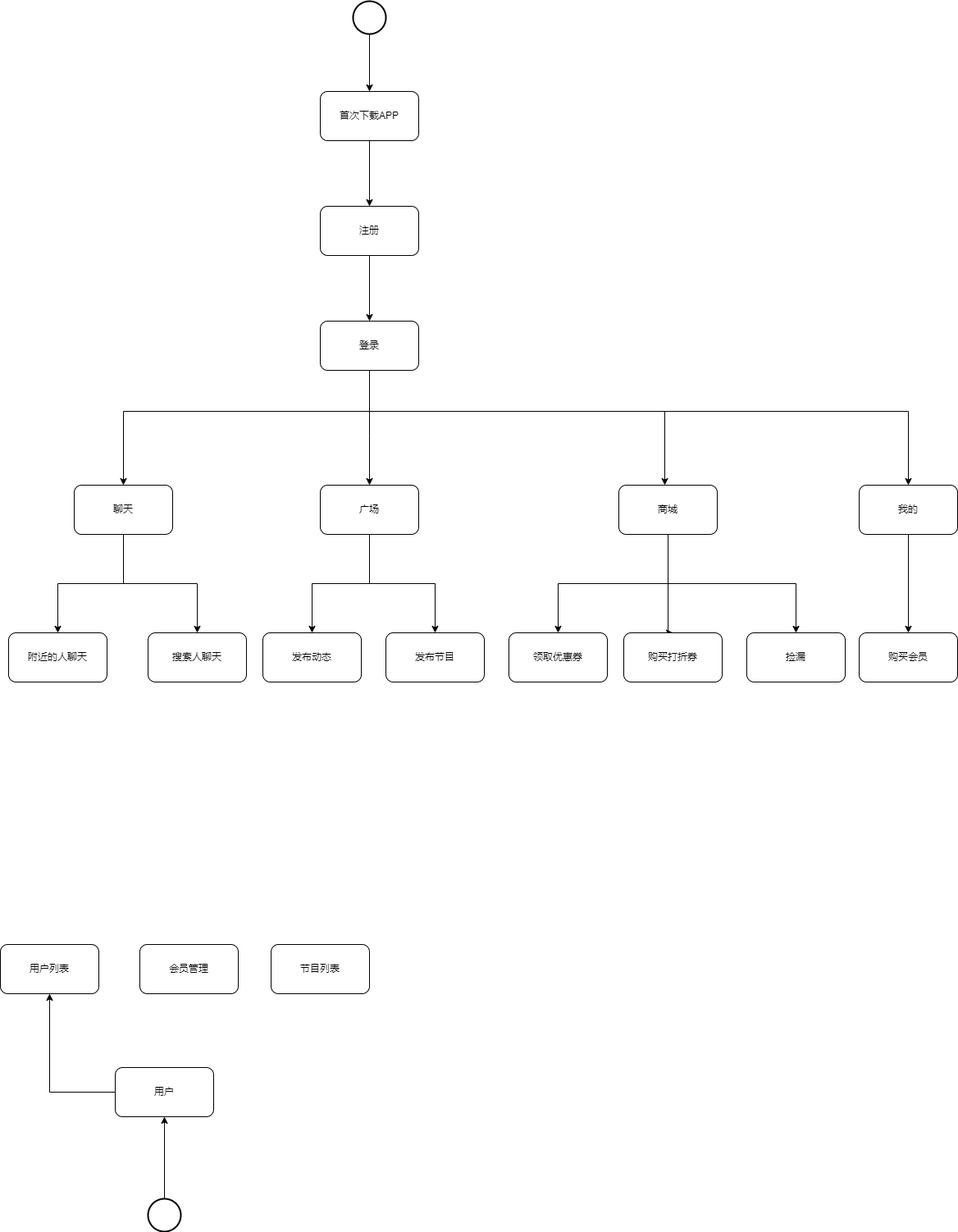
suibianlx/business_architect keeps this draw.io diagram as Untitled Diagram.drawio.png. Above is the earlier version. Source tidied: cells renumbered, new cells last; positions are measured from the earlier drawing's top-left corner, leaving out a move shared by most shapes.
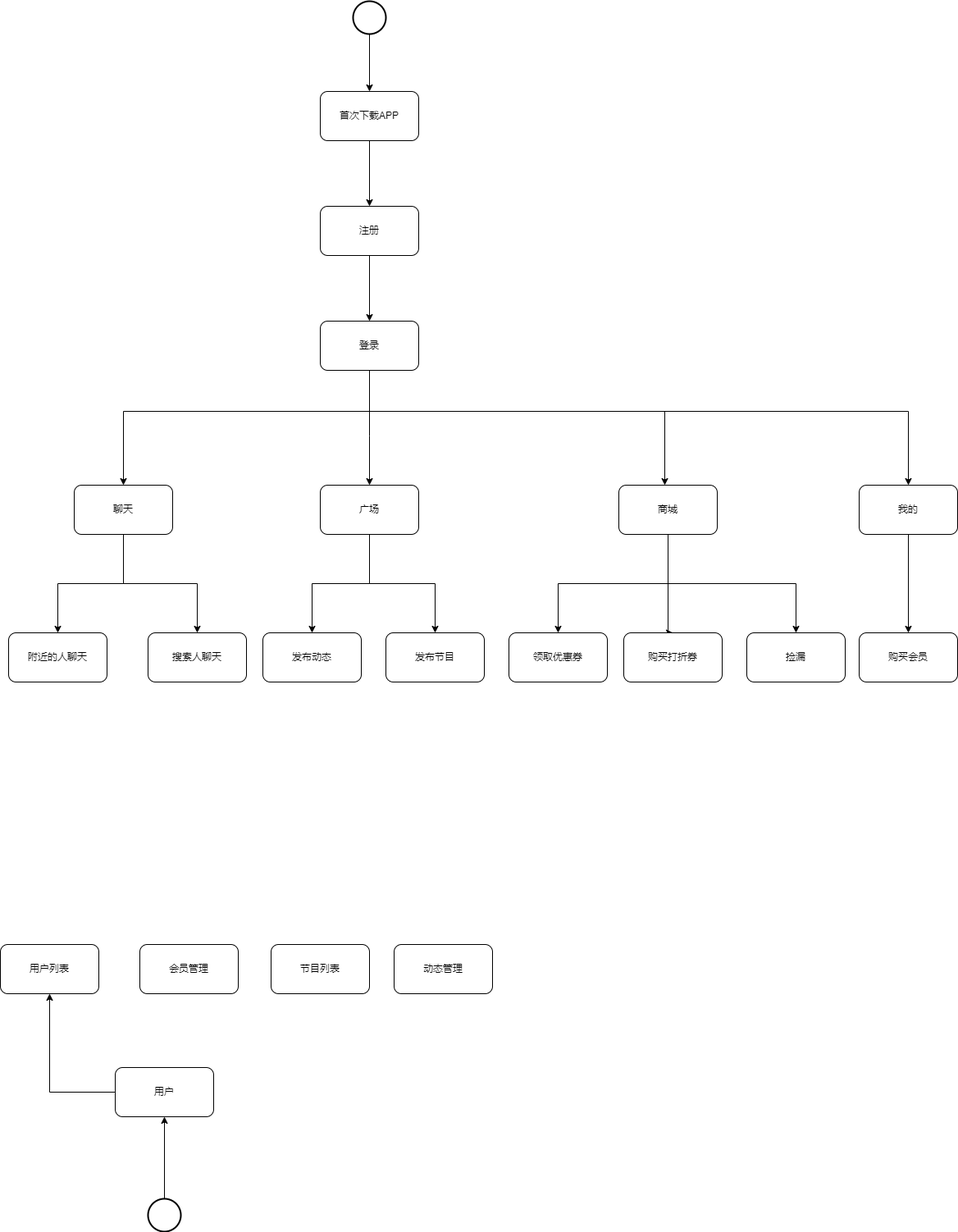
The same file after the commit.

The edit, as a diff of the source:
```diff
@@ -150,5 +150,8 @@
     <mxCell id="39" value="节目列表" style="rounded=1;whiteSpace=wrap;html=1;" parent="1" vertex="1">
       <mxGeometry x="330" y="1150" width="120" height="60" as="geometry" />
     </mxCell>
+    <mxCell id="40" value="动态管理" style="rounded=1;whiteSpace=wrap;html=1;" parent="1" vertex="1">
+      <mxGeometry x="480" y="1150" width="120" height="60" as="geometry" />
+    </mxCell>
   </root>
 </mxGraphModel>
```
